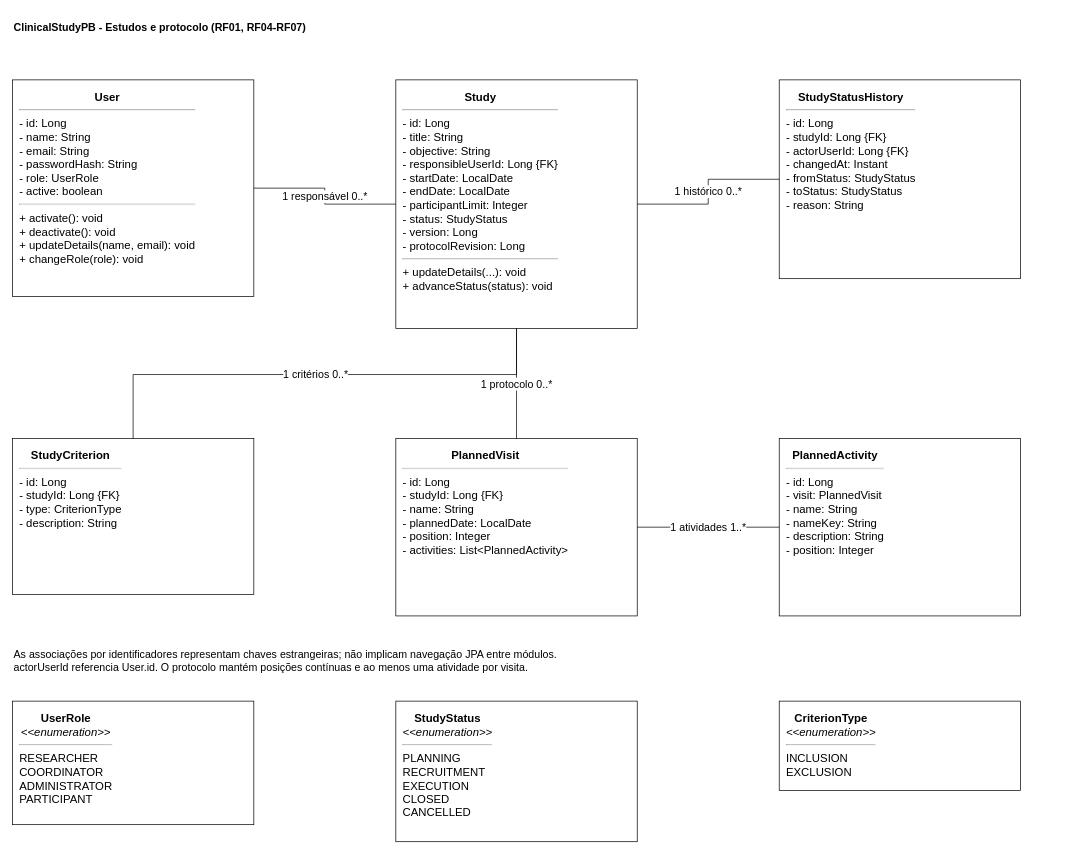
The draw.io diagram page "Estudos e protocolo" (1 of 3) of docs/diagrams/classes.drawio in livdenner/ClinicalStudyPB-project, before the edit. Source tidied: cells renumbered, new cells numbered last; positions are measured from the earlier drawing's top-left corner, leaving out a move shared by most shapes. Both pictures are drawn from the tidied source at 71%, with x=0, y=0 at pixel (12, 12).
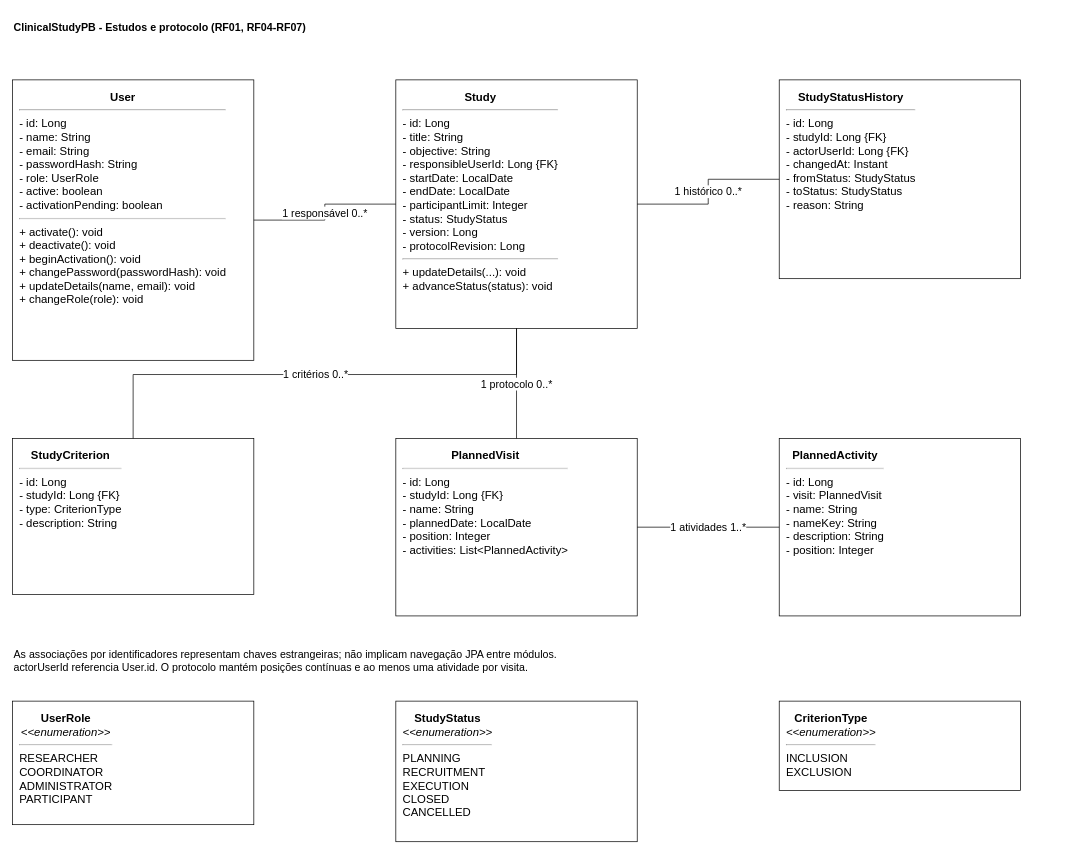
The same page after the edit.

What changed in the source:
```diff
@@
 <mxGraphModel background="#ffffff">
   <root>
     <mxCell id="0" />
     <mxCell id="1" parent="0" />
     <mxCell id="2" value="&lt;b&gt;ClinicalStudyPB - Estudos e protocolo (RF01, RF04-RF07)&lt;/b&gt;" style="text;html=1;whiteSpace=wrap;align=left;verticalAlign=middle;fontColor=#000000;fontSize=15;" parent="1" vertex="1">
       <mxGeometry width="1490" height="40" as="geometry" />
     </mxCell>
-    <mxCell id="3" value="&lt;div style=&quot;text-align:center&quot;&gt;&lt;b&gt;User&lt;/b&gt;&lt;/div&gt;&lt;hr/&gt;&lt;div&gt;- id: Long&lt;/div&gt;&lt;div&gt;- name: String&lt;/div&gt;&lt;div&gt;- email: String&lt;/div&gt;&lt;div&gt;- passwordHash: String&lt;/div&gt;&lt;div&gt;- role: UserRole&lt;/div&gt;&lt;div&gt;- active: boolean&lt;/div&gt;&lt;hr/&gt;&lt;div&gt;+ activate(): void&lt;/div&gt;&lt;div&gt;+ deactivate(): void&lt;/div&gt;&lt;div&gt;+ updateDetails(name, email): void&lt;/div&gt;&lt;div&gt;+ changeRole(role): void&lt;/div&gt;" style="rounded=0;whiteSpace=wrap;html=1;align=left;verticalAlign=top;spacing=10;fillColor=#FFFFFF;strokeColor=#000000;strokeWidth=1;fontColor=#000000;fontSize=16;" parent="1" vertex="1">
-      <mxGeometry y="95" width="340" height="305" as="geometry" />
+    <mxCell id="3" value="&lt;div style=&quot;text-align:center&quot;&gt;&lt;b&gt;User&lt;/b&gt;&lt;/div&gt;&lt;hr/&gt;&lt;div&gt;- id: Long&lt;/div&gt;&lt;div&gt;- name: String&lt;/div&gt;&lt;div&gt;- email: String&lt;/div&gt;&lt;div&gt;- passwordHash: String&lt;/div&gt;&lt;div&gt;- role: UserRole&lt;/div&gt;&lt;div&gt;- active: boolean&lt;/div&gt;&lt;div&gt;- activationPending: boolean&lt;/div&gt;&lt;hr/&gt;&lt;div&gt;+ activate(): void&lt;/div&gt;&lt;div&gt;+ deactivate(): void&lt;/div&gt;&lt;div&gt;+ beginActivation(): void&lt;/div&gt;&lt;div&gt;+ changePassword(passwordHash): void&lt;/div&gt;&lt;div&gt;+ updateDetails(name, email): void&lt;/div&gt;&lt;div&gt;+ changeRole(role): void&lt;/div&gt;" style="rounded=0;whiteSpace=wrap;html=1;align=left;verticalAlign=top;spacing=10;fillColor=#FFFFFF;strokeColor=#000000;strokeWidth=1;fontColor=#000000;fontSize=16;" parent="1" vertex="1">
+      <mxGeometry y="95" width="340" height="395" as="geometry" />
     </mxCell>
     <mxCell id="4" value="&lt;div style=&quot;text-align:center&quot;&gt;&lt;b&gt;Study&lt;/b&gt;&lt;/div&gt;&lt;hr/&gt;&lt;div&gt;- id: Long&lt;/div&gt;&lt;div&gt;- title: String&lt;/div&gt;&lt;div&gt;- objective: String&lt;/div&gt;&lt;div&gt;- responsibleUserId: Long {FK}&lt;/div&gt;&lt;div&gt;- startDate: LocalDate&lt;/div&gt;&lt;div&gt;- endDate: LocalDate&lt;/div&gt;&lt;div&gt;- participantLimit: Integer&lt;/div&gt;&lt;div&gt;- status: StudyStatus&lt;/div&gt;&lt;div&gt;- version: Long&lt;/div&gt;&lt;div&gt;- protocolRevision: Long&lt;/div&gt;&lt;hr/&gt;&lt;div&gt;+ updateDetails(...): void&lt;/div&gt;&lt;div&gt;+ advanceStatus(status): void&lt;/div&gt;" style="rounded=0;whiteSpace=wrap;html=1;align=left;verticalAlign=top;spacing=10;fillColor=#FFFFFF;strokeColor=#000000;strokeWidth=1;fontColor=#000000;fontSize=16;" parent="1" vertex="1">
       <mxGeometry x="540" y="95" width="340" height="350" as="geometry" />
     </mxCell>
     <mxCell id="5" value="&lt;div style=&quot;text-align:center&quot;&gt;&lt;b&gt;StudyStatusHistory&lt;/b&gt;&lt;/div&gt;&lt;hr/&gt;&lt;div&gt;- id: Long&lt;/div&gt;&lt;div&gt;- studyId: Long {FK}&lt;/div&gt;&lt;div&gt;- actorUserId: Long {FK}&lt;/div&gt;&lt;div&gt;- changedAt: Instant&lt;/div&gt;&lt;div&gt;- fromStatus: StudyStatus&lt;/div&gt;&lt;div&gt;- toStatus: StudyStatus&lt;/div&gt;&lt;div&gt;- reason: String&lt;/div&gt;" style="rounded=0;whiteSpace=wrap;html=1;align=left;verticalAlign=top;spacing=10;fillColor=#FFFFFF;strokeColor=#000000;strokeWidth=1;fontColor=#000000;fontSize=16;" parent="1" vertex="1">
       <mxGeometry x="1080" y="95" width="340" height="280" as="geometry" />
     </mxCell>
     <mxCell id="6" value="&lt;div style=&quot;text-align:center&quot;&gt;&lt;b&gt;StudyCriterion&lt;/b&gt;&lt;/div&gt;&lt;hr/&gt;&lt;div&gt;- id: Long&lt;/div&gt;&lt;div&gt;- studyId: Long {FK}&lt;/div&gt;&lt;div&gt;- type: CriterionType&lt;/div&gt;&lt;div&gt;- description: String&lt;/div&gt;" style="rounded=0;whiteSpace=wrap;html=1;align=left;verticalAlign=top;spacing=10;fillColor=#FFFFFF;strokeColor=#000000;strokeWidth=1;fontColor=#000000;fontSize=16;" parent="1" vertex="1">
       <mxGeometry y="600" width="340" height="220" as="geometry" />
     </mxCell>
     <mxCell id="7" value="&lt;div style=&quot;text-align:center&quot;&gt;&lt;b&gt;PlannedVisit&lt;/b&gt;&lt;/div&gt;&lt;hr/&gt;&lt;div&gt;- id: Long&lt;/div&gt;&lt;div&gt;- studyId: Long {FK}&lt;/div&gt;&lt;div&gt;- name: String&lt;/div&gt;&lt;div&gt;- plannedDate: LocalDate&lt;/div&gt;&lt;div&gt;- position: Integer&lt;/div&gt;&lt;div&gt;- activities: List&amp;lt;PlannedActivity&amp;gt;&lt;/div&gt;" style="rounded=0;whiteSpace=wrap;html=1;align=left;verticalAlign=top;spacing=10;fillColor=#FFFFFF;strokeColor=#000000;strokeWidth=1;fontColor=#000000;fontSize=16;" parent="1" vertex="1">
       <mxGeometry x="540" y="600" width="340" height="250" as="geometry" />
     </mxCell>
     <mxCell id="8" value="&lt;div style=&quot;text-align:center&quot;&gt;&lt;b&gt;PlannedActivity&lt;/b&gt;&lt;/div&gt;&lt;hr/&gt;&lt;div&gt;- id: Long&lt;/div&gt;&lt;div&gt;- visit: PlannedVisit&lt;/div&gt;&lt;div&gt;- name: String&lt;/div&gt;&lt;div&gt;- nameKey: String&lt;/div&gt;&lt;div&gt;- description: String&lt;/div&gt;&lt;div&gt;- position: Integer&lt;/div&gt;" style="rounded=0;whiteSpace=wrap;html=1;align=left;verticalAlign=top;spacing=10;fillColor=#FFFFFF;strokeColor=#000000;strokeWidth=1;fontColor=#000000;fontSize=16;" parent="1" vertex="1">
       <mxGeometry x="1080" y="600" width="340" height="250" as="geometry" />
     </mxCell>
     <mxCell id="9" value="1  responsável  0..*" style="edgeStyle=orthogonalEdgeStyle;rounded=0;html=1;endArrow=none;strokeColor=#000000;fontColor=#000000;fontSize=15;labelBackgroundColor=#FFFFFF;" parent="1" edge="1" source="3" target="4">
       <mxGeometry relative="1" as="geometry" />
     </mxCell>
     <mxCell id="10" value="1  histórico  0..*" style="edgeStyle=orthogonalEdgeStyle;rounded=0;html=1;endArrow=none;strokeColor=#000000;fontColor=#000000;fontSize=15;labelBackgroundColor=#FFFFFF;" parent="1" edge="1" source="4" target="5">
       <mxGeometry relative="1" as="geometry" />
     </mxCell>
     <mxCell id="11" value="1  critérios  0..*" style="edgeStyle=orthogonalEdgeStyle;rounded=0;html=1;endArrow=none;strokeColor=#000000;fontColor=#000000;fontSize=15;labelBackgroundColor=#FFFFFF;" parent="1" edge="1" source="4" target="6">
       <mxGeometry relative="1" as="geometry">
         <Array as="points">
           <mxPoint x="710" y="510" />
           <mxPoint x="170" y="510" />
         </Array>
       </mxGeometry>
     </mxCell>
     <mxCell id="12" value="1  protocolo  0..*" style="edgeStyle=orthogonalEdgeStyle;rounded=0;html=1;endArrow=none;strokeColor=#000000;fontColor=#000000;fontSize=15;labelBackgroundColor=#FFFFFF;" parent="1" edge="1" source="4" target="7">
       <mxGeometry relative="1" as="geometry" />
     </mxCell>
     <mxCell id="13" value="1  atividades  1..*" style="edgeStyle=orthogonalEdgeStyle;rounded=0;html=1;endArrow=none;strokeColor=#000000;fontColor=#000000;fontSize=15;labelBackgroundColor=#FFFFFF;" parent="1" edge="1" source="7" target="8">
       <mxGeometry relative="1" as="geometry" />
     </mxCell>
     <mxCell id="14" value="&lt;div style=&quot;text-align:center&quot;&gt;&lt;b&gt;UserRole&lt;/b&gt;&lt;br/&gt;&lt;i&gt;&amp;lt;&amp;lt;enumeration&amp;gt;&amp;gt;&lt;/i&gt;&lt;/div&gt;&lt;hr/&gt;&lt;div&gt;RESEARCHER&lt;/div&gt;&lt;div&gt;COORDINATOR&lt;/div&gt;&lt;div&gt;ADMINISTRATOR&lt;/div&gt;&lt;div&gt;PARTICIPANT&lt;/div&gt;" style="rounded=0;whiteSpace=wrap;html=1;align=left;verticalAlign=top;spacing=10;fillColor=#FFFFFF;strokeColor=#000000;strokeWidth=1;fontColor=#000000;fontSize=16;" parent="1" vertex="1">
       <mxGeometry y="970" width="340" height="174" as="geometry" />
     </mxCell>
     <mxCell id="15" value="&lt;div style=&quot;text-align:center&quot;&gt;&lt;b&gt;StudyStatus&lt;/b&gt;&lt;br/&gt;&lt;i&gt;&amp;lt;&amp;lt;enumeration&amp;gt;&amp;gt;&lt;/i&gt;&lt;/div&gt;&lt;hr/&gt;&lt;div&gt;PLANNING&lt;/div&gt;&lt;div&gt;RECRUITMENT&lt;/div&gt;&lt;div&gt;EXECUTION&lt;/div&gt;&lt;div&gt;CLOSED&lt;/div&gt;&lt;div&gt;CANCELLED&lt;/div&gt;" style="rounded=0;whiteSpace=wrap;html=1;align=left;verticalAlign=top;spacing=10;fillColor=#FFFFFF;strokeColor=#000000;strokeWidth=1;fontColor=#000000;fontSize=16;" parent="1" vertex="1">
       <mxGeometry x="540" y="970" width="340" height="198" as="geometry" />
     </mxCell>
     <mxCell id="16" value="&lt;div style=&quot;text-align:center&quot;&gt;&lt;b&gt;CriterionType&lt;/b&gt;&lt;br/&gt;&lt;i&gt;&amp;lt;&amp;lt;enumeration&amp;gt;&amp;gt;&lt;/i&gt;&lt;/div&gt;&lt;hr/&gt;&lt;div&gt;INCLUSION&lt;/div&gt;&lt;div&gt;EXCLUSION&lt;/div&gt;" style="rounded=0;whiteSpace=wrap;html=1;align=left;verticalAlign=top;spacing=10;fillColor=#FFFFFF;strokeColor=#000000;strokeWidth=1;fontColor=#000000;fontSize=16;" parent="1" vertex="1">
       <mxGeometry x="1080" y="970" width="340" height="126" as="geometry" />
     </mxCell>
     <mxCell id="17" value="As associações por identificadores representam chaves estrangeiras; não implicam navegação JPA entre módulos.&lt;br/&gt;actorUserId referencia User.id. O protocolo mantém posições contínuas e ao menos uma atividade por visita." style="text;html=1;whiteSpace=wrap;align=left;verticalAlign=middle;fontColor=#000000;fontSize=15;" parent="1" vertex="1">
       <mxGeometry y="880" width="1460" height="65" as="geometry" />
     </mxCell>
   </root>
 </mxGraphModel>
```
